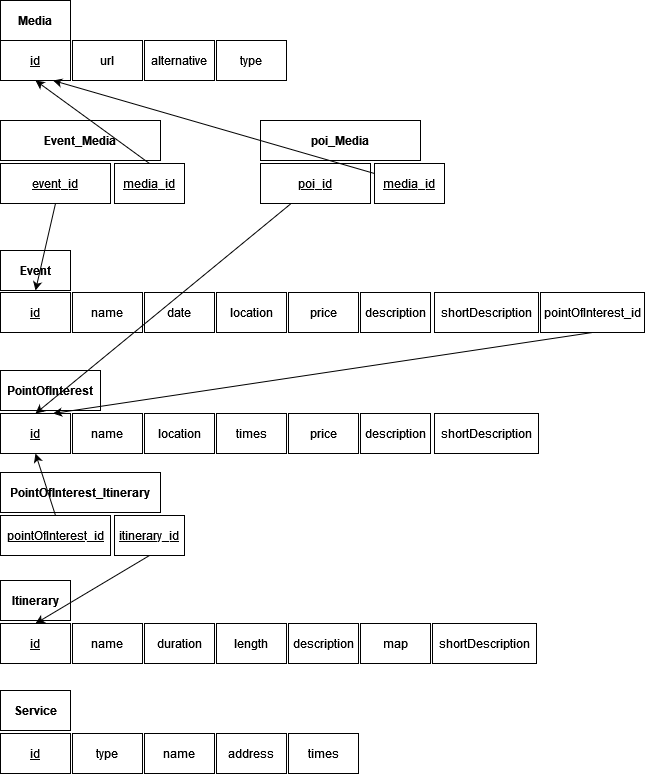
Above: Design-part/RelationalSchema.png in SebastianCastellano/Hypermedia-Project (draw.io), before the change. Source tidied: cells renumbered, new cells last; positions are measured from the earlier drawing's top-left corner, leaving out a move shared by most shapes. Source of this version:
```xml
<mxGraphModel>
  <root>
    <mxCell id="0" />
    <mxCell id="1" parent="0" />
    <mxCell id="2" value="Event" style="rounded=0;whiteSpace=wrap;html=1;fontStyle=1;" parent="1" vertex="1">
      <mxGeometry y="250" width="70" height="40" as="geometry" />
    </mxCell>
    <mxCell id="3" value="id" style="rounded=0;whiteSpace=wrap;html=1;fontStyle=4;" parent="1" vertex="1">
      <mxGeometry y="292" width="70" height="40" as="geometry" />
    </mxCell>
    <mxCell id="4" value="name" style="rounded=0;whiteSpace=wrap;html=1;" parent="1" vertex="1">
      <mxGeometry x="72" y="292" width="70" height="40" as="geometry" />
    </mxCell>
    <mxCell id="5" value="date" style="rounded=0;whiteSpace=wrap;html=1;" parent="1" vertex="1">
      <mxGeometry x="144" y="292" width="70" height="40" as="geometry" />
    </mxCell>
    <mxCell id="6" value="location" style="rounded=0;whiteSpace=wrap;html=1;" parent="1" vertex="1">
      <mxGeometry x="216" y="292" width="70" height="40" as="geometry" />
    </mxCell>
    <mxCell id="7" value="price" style="rounded=0;whiteSpace=wrap;html=1;" parent="1" vertex="1">
      <mxGeometry x="288" y="292" width="70" height="40" as="geometry" />
    </mxCell>
    <mxCell id="8" value="description" style="rounded=0;whiteSpace=wrap;html=1;" parent="1" vertex="1">
      <mxGeometry x="360" y="292" width="70" height="40" as="geometry" />
    </mxCell>
    <mxCell id="9" value="shortDescription" style="rounded=0;whiteSpace=wrap;html=1;" parent="1" vertex="1">
      <mxGeometry x="434" y="292" width="104" height="40" as="geometry" />
    </mxCell>
    <mxCell id="10" value="pointOfInterest_id" style="rounded=0;whiteSpace=wrap;html=1;" parent="1" vertex="1">
      <mxGeometry x="540" y="292" width="104" height="40" as="geometry" />
    </mxCell>
    <mxCell id="11" value="PointOfInterest" style="rounded=0;whiteSpace=wrap;html=1;fontStyle=1;" parent="1" vertex="1">
      <mxGeometry y="370" width="100" height="40" as="geometry" />
    </mxCell>
    <mxCell id="12" value="id" style="rounded=0;whiteSpace=wrap;html=1;fontStyle=4;" parent="1" vertex="1">
      <mxGeometry y="413" width="70" height="40" as="geometry" />
    </mxCell>
    <mxCell id="13" value="name" style="rounded=0;whiteSpace=wrap;html=1;" parent="1" vertex="1">
      <mxGeometry x="72" y="413" width="70" height="40" as="geometry" />
    </mxCell>
    <mxCell id="14" value="location" style="rounded=0;whiteSpace=wrap;html=1;" parent="1" vertex="1">
      <mxGeometry x="144" y="413" width="70" height="40" as="geometry" />
    </mxCell>
    <mxCell id="15" value="times" style="rounded=0;whiteSpace=wrap;html=1;" parent="1" vertex="1">
      <mxGeometry x="216" y="413" width="70" height="40" as="geometry" />
    </mxCell>
    <mxCell id="16" value="price" style="rounded=0;whiteSpace=wrap;html=1;" parent="1" vertex="1">
      <mxGeometry x="288" y="413" width="70" height="40" as="geometry" />
    </mxCell>
    <mxCell id="17" value="description" style="rounded=0;whiteSpace=wrap;html=1;" parent="1" vertex="1">
      <mxGeometry x="360" y="413" width="70" height="40" as="geometry" />
    </mxCell>
    <mxCell id="18" value="shortDescription" style="rounded=0;whiteSpace=wrap;html=1;" parent="1" vertex="1">
      <mxGeometry x="434" y="413" width="104" height="40" as="geometry" />
    </mxCell>
    <mxCell id="19" value="Itinerary" style="rounded=0;whiteSpace=wrap;html=1;fontStyle=1;" parent="1" vertex="1">
      <mxGeometry y="580" width="70" height="40" as="geometry" />
    </mxCell>
    <mxCell id="20" value="id" style="rounded=0;whiteSpace=wrap;html=1;fontStyle=4;" parent="1" vertex="1">
      <mxGeometry y="623" width="70" height="40" as="geometry" />
    </mxCell>
    <mxCell id="21" value="name" style="rounded=0;whiteSpace=wrap;html=1;" parent="1" vertex="1">
      <mxGeometry x="72" y="623" width="70" height="40" as="geometry" />
    </mxCell>
    <mxCell id="22" value="duration" style="rounded=0;whiteSpace=wrap;html=1;" parent="1" vertex="1">
      <mxGeometry x="144" y="623" width="70" height="40" as="geometry" />
    </mxCell>
    <mxCell id="23" value="length" style="rounded=0;whiteSpace=wrap;html=1;" parent="1" vertex="1">
      <mxGeometry x="216" y="623" width="70" height="40" as="geometry" />
    </mxCell>
    <mxCell id="24" value="description" style="rounded=0;whiteSpace=wrap;html=1;" parent="1" vertex="1">
      <mxGeometry x="288" y="623" width="70" height="40" as="geometry" />
    </mxCell>
    <mxCell id="25" value="map" style="rounded=0;whiteSpace=wrap;html=1;" parent="1" vertex="1">
      <mxGeometry x="360" y="623" width="70" height="40" as="geometry" />
    </mxCell>
    <mxCell id="26" value="shortDescription" style="rounded=0;whiteSpace=wrap;html=1;" parent="1" vertex="1">
      <mxGeometry x="432" y="623" width="104" height="40" as="geometry" />
    </mxCell>
    <mxCell id="27" value="Service" style="rounded=0;whiteSpace=wrap;html=1;fontStyle=1;" parent="1" vertex="1">
      <mxGeometry y="690" width="70" height="40" as="geometry" />
    </mxCell>
    <mxCell id="28" value="id" style="rounded=0;whiteSpace=wrap;html=1;fontStyle=4;" parent="1" vertex="1">
      <mxGeometry y="733" width="70" height="40" as="geometry" />
    </mxCell>
    <mxCell id="29" value="type" style="rounded=0;whiteSpace=wrap;html=1;" parent="1" vertex="1">
      <mxGeometry x="72" y="733" width="70" height="40" as="geometry" />
    </mxCell>
    <mxCell id="30" value="name" style="rounded=0;whiteSpace=wrap;html=1;" parent="1" vertex="1">
      <mxGeometry x="144" y="733" width="70" height="40" as="geometry" />
    </mxCell>
    <mxCell id="31" value="address" style="rounded=0;whiteSpace=wrap;html=1;" parent="1" vertex="1">
      <mxGeometry x="216" y="733" width="70" height="40" as="geometry" />
    </mxCell>
    <mxCell id="32" value="times" style="rounded=0;whiteSpace=wrap;html=1;" parent="1" vertex="1">
      <mxGeometry x="288" y="733" width="70" height="40" as="geometry" />
    </mxCell>
    <mxCell id="33" value="PointOfInterest_Itinerary" style="rounded=0;whiteSpace=wrap;html=1;fontStyle=1;" parent="1" vertex="1">
      <mxGeometry y="472" width="160" height="40" as="geometry" />
    </mxCell>
    <mxCell id="34" value="pointOfInterest_id" style="rounded=0;whiteSpace=wrap;html=1;fontStyle=4;" parent="1" vertex="1">
      <mxGeometry y="515" width="110" height="40" as="geometry" />
    </mxCell>
    <mxCell id="35" value="itinerary_id" style="rounded=0;whiteSpace=wrap;html=1;fontStyle=4;" parent="1" vertex="1">
      <mxGeometry x="114" y="515" width="70" height="40" as="geometry" />
    </mxCell>
    <mxCell id="36" style="endArrow=classic;html=1;rounded=0;exitX=0.5;exitY=1;exitDx=0;exitDy=0;entryX=0.75;entryY=0;entryDx=0;entryDy=0;" parent="1" edge="1" source="10" target="12">
      <mxGeometry relative="1" as="geometry" />
    </mxCell>
    <mxCell id="37" style="endArrow=classic;html=1;rounded=0;exitX=0.5;exitY=0;exitDx=0;exitDy=0;entryX=0.5;entryY=1;entryDx=0;entryDy=0;" parent="1" edge="1" source="34" target="12">
      <mxGeometry relative="1" as="geometry" />
    </mxCell>
    <mxCell id="38" style="endArrow=classic;html=1;rounded=0;exitX=0.5;exitY=1;exitDx=0;exitDy=0;entryX=0.5;entryY=0;entryDx=0;entryDy=0;" parent="1" edge="1" source="35" target="20">
      <mxGeometry relative="1" as="geometry" />
    </mxCell>
    <mxCell id="39" value="Media" style="rounded=0;whiteSpace=wrap;html=1;fontStyle=1;" parent="1" vertex="1">
      <mxGeometry width="70" height="40" as="geometry" />
    </mxCell>
    <mxCell id="40" value="id" style="rounded=0;whiteSpace=wrap;html=1;fontStyle=4;" parent="1" vertex="1">
      <mxGeometry y="40" width="70" height="40" as="geometry" />
    </mxCell>
    <mxCell id="41" value="url" style="rounded=0;whiteSpace=wrap;html=1;" parent="1" vertex="1">
      <mxGeometry x="72" y="40" width="70" height="40" as="geometry" />
    </mxCell>
    <mxCell id="42" value="alternative" style="rounded=0;whiteSpace=wrap;html=1;" parent="1" vertex="1">
      <mxGeometry x="144" y="40" width="70" height="40" as="geometry" />
    </mxCell>
    <mxCell id="43" value="type" style="rounded=0;whiteSpace=wrap;html=1;" parent="1" vertex="1">
      <mxGeometry x="216" y="40" width="70" height="40" as="geometry" />
    </mxCell>
    <mxCell id="44" value="Event_Media" style="rounded=0;whiteSpace=wrap;html=1;fontStyle=1;" parent="1" vertex="1">
      <mxGeometry y="120" width="160" height="40" as="geometry" />
    </mxCell>
    <mxCell id="45" value="event_id" style="rounded=0;whiteSpace=wrap;html=1;fontStyle=4;" parent="1" vertex="1">
      <mxGeometry y="163" width="110" height="40" as="geometry" />
    </mxCell>
    <mxCell id="46" value="media_id" style="rounded=0;whiteSpace=wrap;html=1;fontStyle=4;" parent="1" vertex="1">
      <mxGeometry x="114" y="163" width="70" height="40" as="geometry" />
    </mxCell>
    <mxCell id="47" value="poi_Media" style="rounded=0;whiteSpace=wrap;html=1;fontStyle=1;" parent="1" vertex="1">
      <mxGeometry x="260" y="120" width="160" height="40" as="geometry" />
    </mxCell>
    <mxCell id="48" value="poi_id" style="rounded=0;whiteSpace=wrap;html=1;fontStyle=4;" parent="1" vertex="1">
      <mxGeometry x="260" y="163" width="110" height="40" as="geometry" />
    </mxCell>
    <mxCell id="49" value="media_id" style="rounded=0;whiteSpace=wrap;html=1;fontStyle=4;" parent="1" vertex="1">
      <mxGeometry x="374" y="163" width="70" height="40" as="geometry" />
    </mxCell>
    <mxCell id="50" style="endArrow=classic;html=1;rounded=0;exitX=0.5;exitY=1;exitDx=0;exitDy=0;entryX=0.5;entryY=1;entryDx=0;entryDy=0;" parent="1" edge="1" source="45" target="2">
      <mxGeometry relative="1" as="geometry" />
    </mxCell>
    <mxCell id="51" style="endArrow=classic;html=1;rounded=0;exitX=0.5;exitY=0;exitDx=0;exitDy=0;entryX=0.5;entryY=1;entryDx=0;entryDy=0;" parent="1" edge="1" source="46" target="40">
      <mxGeometry relative="1" as="geometry" />
    </mxCell>
    <mxCell id="52" style="endArrow=classic;html=1;rounded=0;exitX=0;exitY=0.25;exitDx=0;exitDy=0;entryX=0.75;entryY=1;entryDx=0;entryDy=0;" parent="1" edge="1" source="49" target="40">
      <mxGeometry relative="1" as="geometry" />
    </mxCell>
    <mxCell id="53" style="endArrow=classic;html=1;rounded=0;entryX=0.5;entryY=0;entryDx=0;entryDy=0;" parent="1" edge="1" source="48" target="12">
      <mxGeometry relative="1" as="geometry" />
    </mxCell>
  </root>
</mxGraphModel>
```
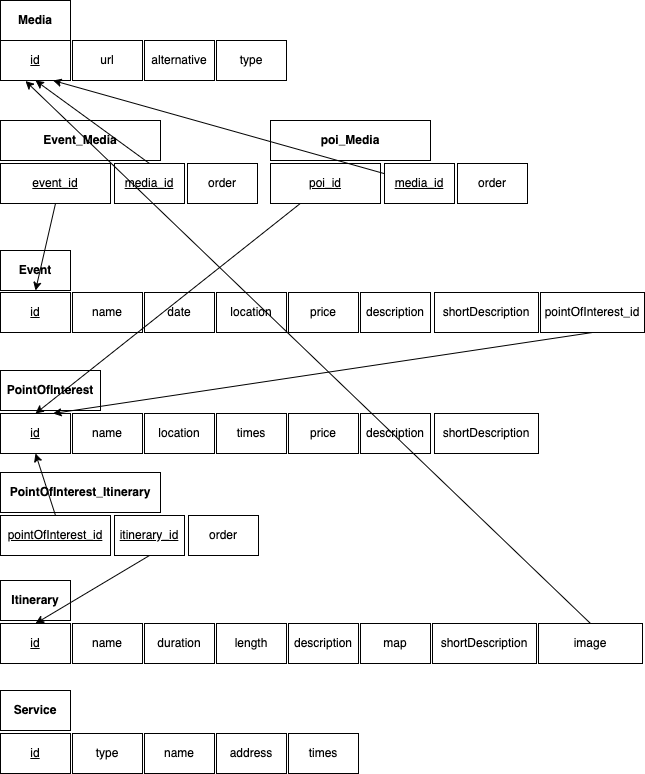
The same diagram one commit later.

Change to the diagram source:
```diff
@@ -138,13 +138,13 @@
       <mxGeometry x="114" y="163" width="70" height="40" as="geometry" />
     </mxCell>
     <mxCell id="47" value="poi_Media" style="rounded=0;whiteSpace=wrap;html=1;fontStyle=1;" parent="1" vertex="1">
-      <mxGeometry x="260" y="120" width="160" height="40" as="geometry" />
+      <mxGeometry x="270" y="120" width="160" height="40" as="geometry" />
     </mxCell>
     <mxCell id="48" value="poi_id" style="rounded=0;whiteSpace=wrap;html=1;fontStyle=4;" parent="1" vertex="1">
-      <mxGeometry x="260" y="163" width="110" height="40" as="geometry" />
+      <mxGeometry x="270" y="163" width="110" height="40" as="geometry" />
     </mxCell>
     <mxCell id="49" value="media_id" style="rounded=0;whiteSpace=wrap;html=1;fontStyle=4;" parent="1" vertex="1">
-      <mxGeometry x="374" y="163" width="70" height="40" as="geometry" />
+      <mxGeometry x="384" y="163" width="70" height="40" as="geometry" />
     </mxCell>
     <mxCell id="50" style="endArrow=classic;html=1;rounded=0;exitX=0.5;exitY=1;exitDx=0;exitDy=0;entryX=0.5;entryY=1;entryDx=0;entryDy=0;" parent="1" edge="1" source="45" target="2">
       <mxGeometry relative="1" as="geometry" />
@@ -152,11 +152,26 @@
     <mxCell id="51" style="endArrow=classic;html=1;rounded=0;exitX=0.5;exitY=0;exitDx=0;exitDy=0;entryX=0.5;entryY=1;entryDx=0;entryDy=0;" parent="1" edge="1" source="46" target="40">
       <mxGeometry relative="1" as="geometry" />
     </mxCell>
-    <mxCell id="52" style="endArrow=classic;html=1;rounded=0;exitX=0;exitY=0.25;exitDx=0;exitDy=0;entryX=0.75;entryY=1;entryDx=0;entryDy=0;" parent="1" edge="1" source="49" target="40">
+    <mxCell id="52" style="endArrow=classic;html=1;rounded=0;entryX=0.75;entryY=1;entryDx=0;entryDy=0;" parent="1" edge="1" source="49" target="40">
       <mxGeometry relative="1" as="geometry" />
     </mxCell>
     <mxCell id="53" style="endArrow=classic;html=1;rounded=0;entryX=0.5;entryY=0;entryDx=0;entryDy=0;" parent="1" edge="1" source="48" target="12">
       <mxGeometry relative="1" as="geometry" />
     </mxCell>
+    <mxCell id="54" value="image" style="rounded=0;whiteSpace=wrap;html=1;" parent="1" vertex="1">
+      <mxGeometry x="538" y="623" width="104" height="40" as="geometry" />
+    </mxCell>
+    <mxCell id="55" style="endArrow=classic;html=1;rounded=0;exitX=0.5;exitY=0;exitDx=0;exitDy=0;entryX=0.357;entryY=1.013;entryDx=0;entryDy=0;entryPerimeter=0;" parent="1" edge="1" source="54" target="40">
+      <mxGeometry relative="1" as="geometry" />
+    </mxCell>
+    <mxCell id="56" value="order" style="rounded=0;whiteSpace=wrap;html=1;" parent="1" vertex="1">
+      <mxGeometry x="188" y="515" width="70" height="40" as="geometry" />
+    </mxCell>
+    <mxCell id="57" value="order" style="rounded=0;whiteSpace=wrap;html=1;" parent="1" vertex="1">
+      <mxGeometry x="187" y="163" width="70" height="40" as="geometry" />
+    </mxCell>
+    <mxCell id="58" value="order" style="rounded=0;whiteSpace=wrap;html=1;" parent="1" vertex="1">
+      <mxGeometry x="457" y="163" width="70" height="40" as="geometry" />
+    </mxCell>
   </root>
 </mxGraphModel>
```
